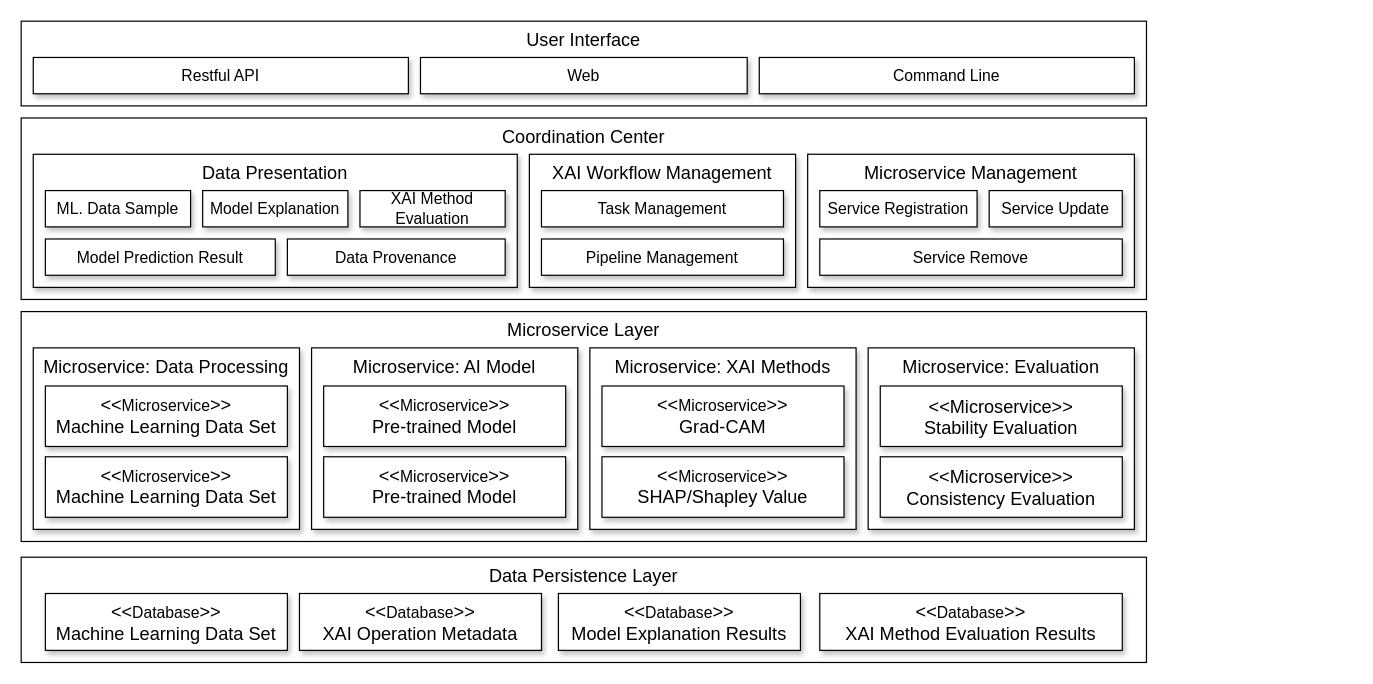
The draw.io diagram page "New sys layer arch" (3 of 11) of Documents/Diagrams.drawio in ZeruiW/XAI-Service, before the edit. Source tidied: cells renumbered, new cells numbered last; positions are measured from the earlier drawing's top-left corner, leaving out a move shared by most shapes. Both pictures are drawn from the tidied source at 121%, with x=0, y=0 at pixel (21, 21).
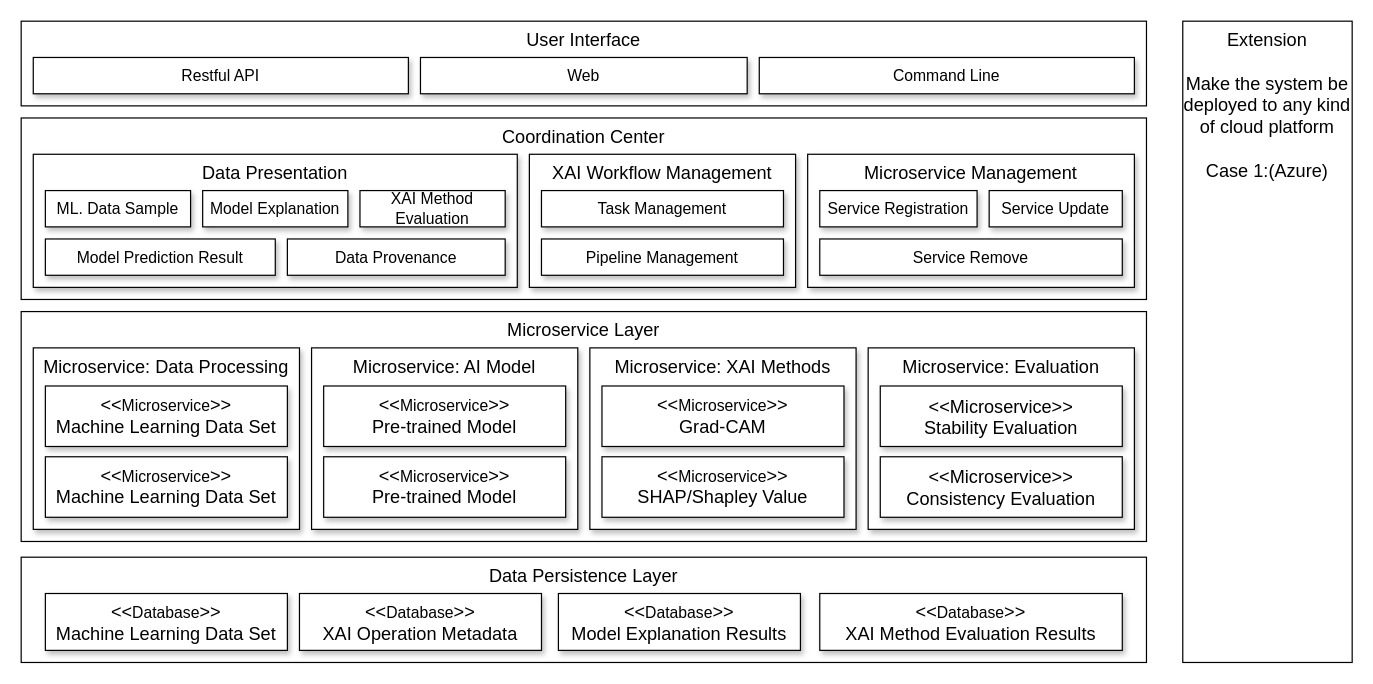
The same page after the edit.

What changed in the source:
```diff
@@
+    <mxCell id="39" value="Extension&lt;br&gt;&lt;br&gt;Make the system be deployed to any kind of cloud platform&lt;br&gt;&lt;br&gt;Case 1:(Azure)" style="rounded=0;whiteSpace=wrap;html=1;fontSize=15;align=center;verticalAlign=top;shadow=0;" parent="1" vertex="1">
+      <mxGeometry x="960" width="140" height="530" as="geometry" />
+    </mxCell>
```
